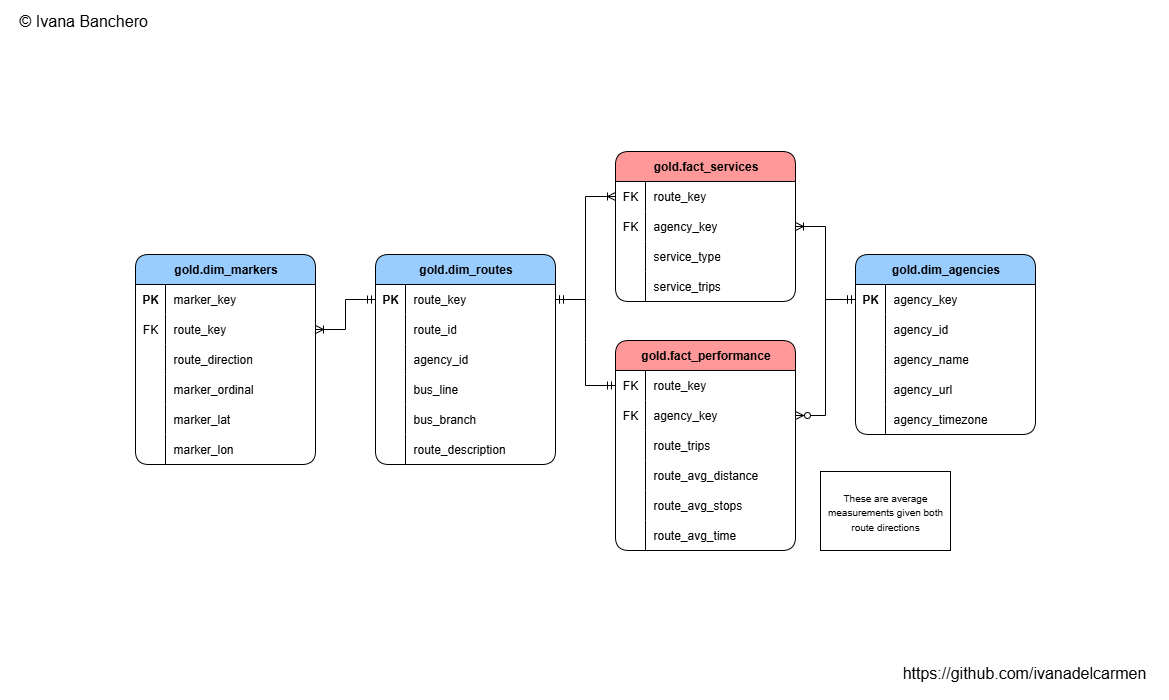
The draw.io diagram docs/data_model.png in ivanadelcarmen/bus-gtfs-warehouse, before a commit. Source tidied: cells renumbered, new cells last; positions are measured from the earlier drawing's top-left corner, leaving out a move shared by most shapes.
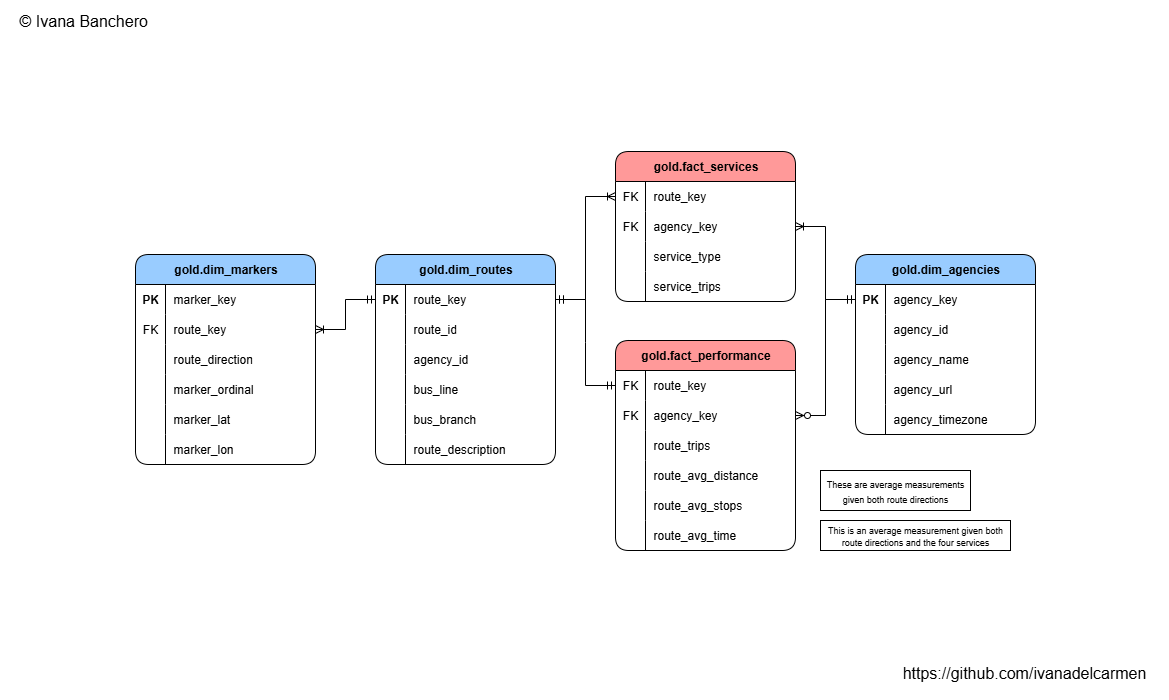
The same file after the commit.

The edit, as a diff of the source:
```diff
@@ -164,8 +164,8 @@
     <mxCell id="55" value="marker_lon" style="shape=partialRectangle;fillColor=none;top=0;left=0;bottom=0;right=0;align=left;spacingLeft=6;overflow=hidden;whiteSpace=wrap;html=1;" parent="53" vertex="1">
       <mxGeometry x="30" width="150" height="30" as="geometry" />
     </mxCell>
-    <mxCell id="56" value="&lt;font style=&quot;font-size: 10px;&quot;&gt;These are average measurements given both route directions&lt;/font&gt;" style="rounded=0;whiteSpace=wrap;html=1;" parent="1" vertex="1">
-      <mxGeometry x="804" y="466" width="130" height="79" as="geometry" />
+    <mxCell id="56" value="&lt;font style=&quot;font-size: 9px;&quot;&gt;These are average measurements given both route directions&lt;/font&gt;" style="rounded=0;whiteSpace=wrap;html=1;" parent="1" vertex="1">
+      <mxGeometry x="804" y="465" width="150" height="40" as="geometry" />
     </mxCell>
     <mxCell id="57" value="gold.dim_routes" style="shape=table;startSize=30;rowLines=0;fontStyle=1;align=center;html=1;rounded=1;fillColor=#99CCFF;" parent="1" vertex="1">
       <mxGeometry x="359" y="249" width="180" height="210" as="geometry" />
@@ -284,5 +284,8 @@
     <mxCell id="95" value="&lt;span style=&quot;text-wrap-mode: nowrap;&quot;&gt;https://github.com/ivanadelcarmen&lt;/span&gt;" style="text;html=1;align=center;verticalAlign=middle;whiteSpace=wrap;rounded=0;fontSize=16;" parent="1" vertex="1">
       <mxGeometry x="943" y="652" width="130" height="30" as="geometry" />
     </mxCell>
+    <mxCell id="96" value="&lt;font style=&quot;font-size: 9px;&quot;&gt;This is an average measurement given both route directions and the four services&lt;/font&gt;" style="rounded=0;whiteSpace=wrap;html=1;fontSize=10;" parent="1" vertex="1">
+      <mxGeometry x="804" y="515" width="190" height="30" as="geometry" />
+    </mxCell>
   </root>
 </mxGraphModel>
```
